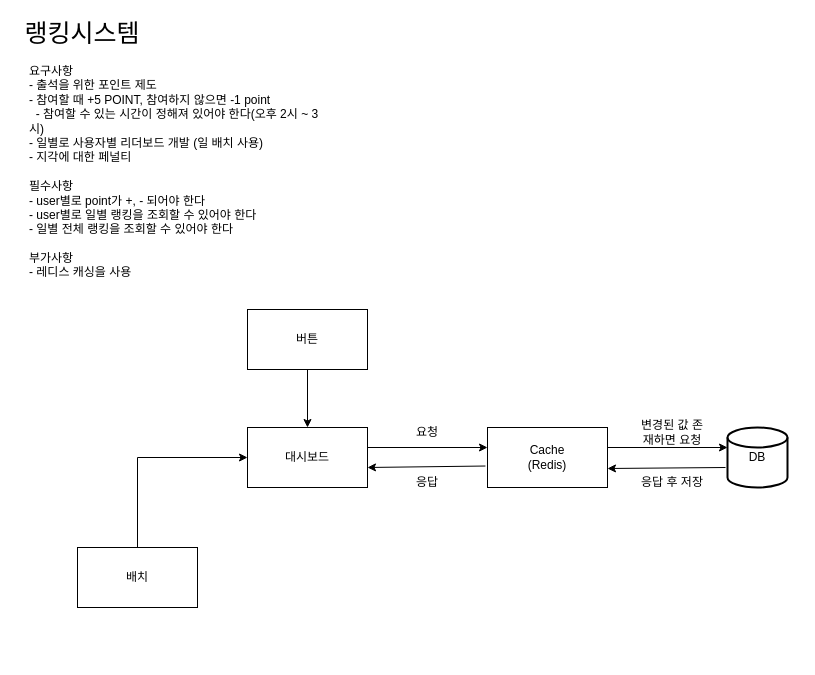
Before: ranking_20250322.drawio in 9dev-group/study-ranking-system-greatfarmer, a draw.io diagram. Source tidied: cells renumbered, new cells numbered last; positions are measured from the earlier drawing's top-left corner, leaving out a move shared by most shapes. Both pictures are drawn from the tidied source at 100%, with x=0, y=0 at pixel (17, 17).
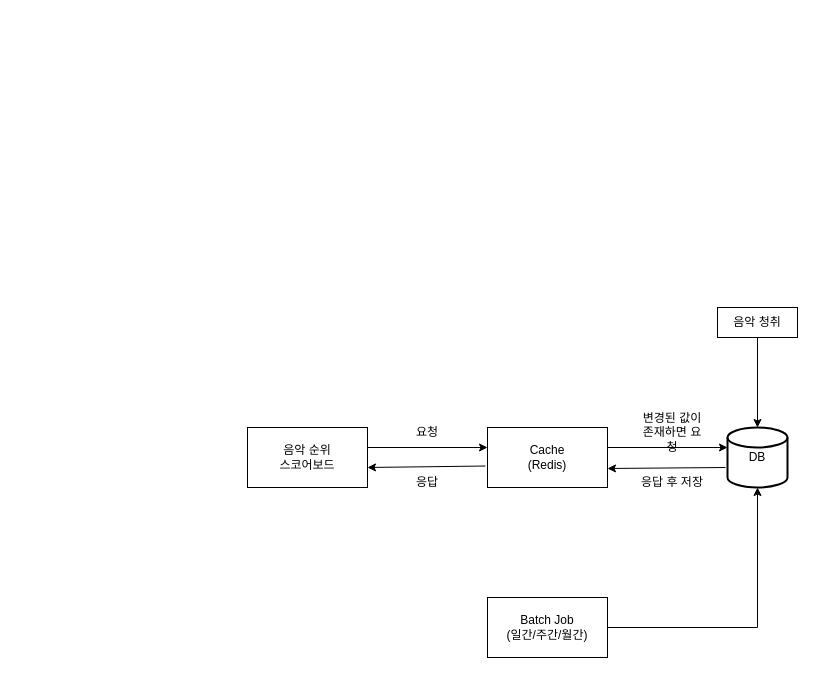
The same page after the edit.

The change refers to these unchanged cells:
```xml
<mxCell id="11" value="DB" style="strokeWidth=2;html=1;shape=mxgraph.flowchart.database;whiteSpace=wrap;" parent="1" vertex="1">
  <mxGeometry x="710" y="410" width="60" height="60" as="geometry" />
</mxCell>
```

Diff of the diagram source:
```diff
@@
-    <mxCell id="3" value="대시보드" style="rounded=0;whiteSpace=wrap;html=1;" parent="1" vertex="1">
+    <mxCell id="3" value="음악 순위&lt;div&gt;스코어보드&lt;/div&gt;" style="rounded=0;whiteSpace=wrap;html=1;" parent="1" vertex="1">
       <mxGeometry x="230" y="410" width="120" height="60" as="geometry" />
     </mxCell>
-    <mxCell id="4" value="랭킹시스템" style="text;html=1;align=center;verticalAlign=middle;whiteSpace=wrap;rounded=0;fontSize=25;" parent="1" vertex="1">
-      <mxGeometry width="130" height="30" as="geometry" />
-    </mxCell>
-    <mxCell id="5" value="요구사항&lt;div&gt;- 출석을 위한 포인트 제도&lt;/div&gt;&lt;div&gt;- 참여할 때 +5 POINT, 참여하지 않으면 -1 point&lt;/div&gt;&lt;div&gt;&amp;nbsp; - 참여할 수 있는 시간이 정해져 있어야 한다(오후 2시 ~ 3시)&lt;/div&gt;&lt;div&gt;- 일별로 사용자별 리더보드 개발 (일 배치 사용)&lt;/div&gt;&lt;div&gt;- 지각에 대한 페널티&lt;/div&gt;&lt;div&gt;&lt;br&gt;&lt;/div&gt;&lt;div&gt;필수사항&lt;/div&gt;&lt;div&gt;- user별로 point가 +, - 되어야 한다&lt;/div&gt;&lt;div&gt;- user별로 일별 랭킹을 조회할 수 있어야 한다&lt;/div&gt;&lt;div&gt;- 일별 전체 랭킹을 조회할 수 있어야 한다&lt;/div&gt;&lt;div&gt;&lt;br&gt;&lt;/div&gt;&lt;div&gt;부가사항&lt;/div&gt;&lt;div&gt;- 레디스 캐싱을 사용&lt;/div&gt;" style="text;html=1;align=left;verticalAlign=top;whiteSpace=wrap;rounded=0;" parent="1" vertex="1">
-      <mxGeometry x="10" y="40" width="300" height="240" as="geometry" />
-    </mxCell>
@@
-    <mxCell id="13" value="변경된 값 존재하면 요청" style="text;html=1;align=center;verticalAlign=middle;whiteSpace=wrap;rounded=0;" parent="1" vertex="1">
+    <mxCell id="13" value="변경된 값이&lt;div&gt;존재하면 요청&lt;/div&gt;" style="text;html=1;align=center;verticalAlign=middle;whiteSpace=wrap;rounded=0;" parent="1" vertex="1">
       <mxGeometry x="620" y="400" width="70" height="30" as="geometry" />
     </mxCell>
@@
-    <mxCell id="15" value="배치" style="rounded=0;whiteSpace=wrap;html=1;" parent="1" vertex="1">
-      <mxGeometry x="60" y="530" width="120" height="60" as="geometry" />
+    <mxCell id="15" value="Batch Job&lt;div&gt;(일간/주간/월간)&lt;/div&gt;" style="rounded=0;whiteSpace=wrap;html=1;" parent="1" vertex="1">
+      <mxGeometry x="470" y="580" width="120" height="60" as="geometry" />
     </mxCell>
-    <mxCell id="16" style="endArrow=classic;html=1;rounded=0;entryX=0;entryY=0.5;entryDx=0;entryDy=0;exitX=0.5;exitY=0;exitDx=0;exitDy=0;" parent="1" edge="1" source="15" target="3">
+    <mxCell id="16" style="endArrow=classic;html=1;rounded=0;entryX=0.5;entryY=1;entryDx=0;entryDy=0;exitX=1;exitY=0.5;exitDx=0;exitDy=0;entryPerimeter=0;" parent="1" edge="1" source="15" target="11">
       <mxGeometry relative="1" as="geometry">
         <Array as="points">
-          <mxPoint x="120" y="440" />
+          <mxPoint x="740" y="610" />
         </Array>
       </mxGeometry>
     </mxCell>
-    <mxCell id="17" value="버튼" style="rounded=0;whiteSpace=wrap;html=1;" parent="1" vertex="1">
-      <mxGeometry x="230" y="292" width="120" height="60" as="geometry" />
-    </mxCell>
-    <mxCell id="18" style="endArrow=classic;html=1;rounded=0;exitX=0.5;exitY=1;exitDx=0;exitDy=0;entryX=0.5;entryY=0;entryDx=0;entryDy=0;" parent="1" edge="1" source="17" target="3">
-      <mxGeometry relative="1" as="geometry" />
-    </mxCell>
+    <mxCell id="19" value="음악 청취" style="rounded=0;whiteSpace=wrap;html=1;" parent="1" vertex="1">
+      <mxGeometry x="700" y="290" width="80" height="30" as="geometry" />
+    </mxCell>
+    <mxCell id="20" style="endArrow=classic;html=1;rounded=0;exitX=0.5;exitY=1;exitDx=0;exitDy=0;entryX=0.5;entryY=0;entryDx=0;entryDy=0;entryPerimeter=0;" parent="1" edge="1" source="19" target="11">
+      <mxGeometry relative="1" as="geometry" />
+    </mxCell>
```
